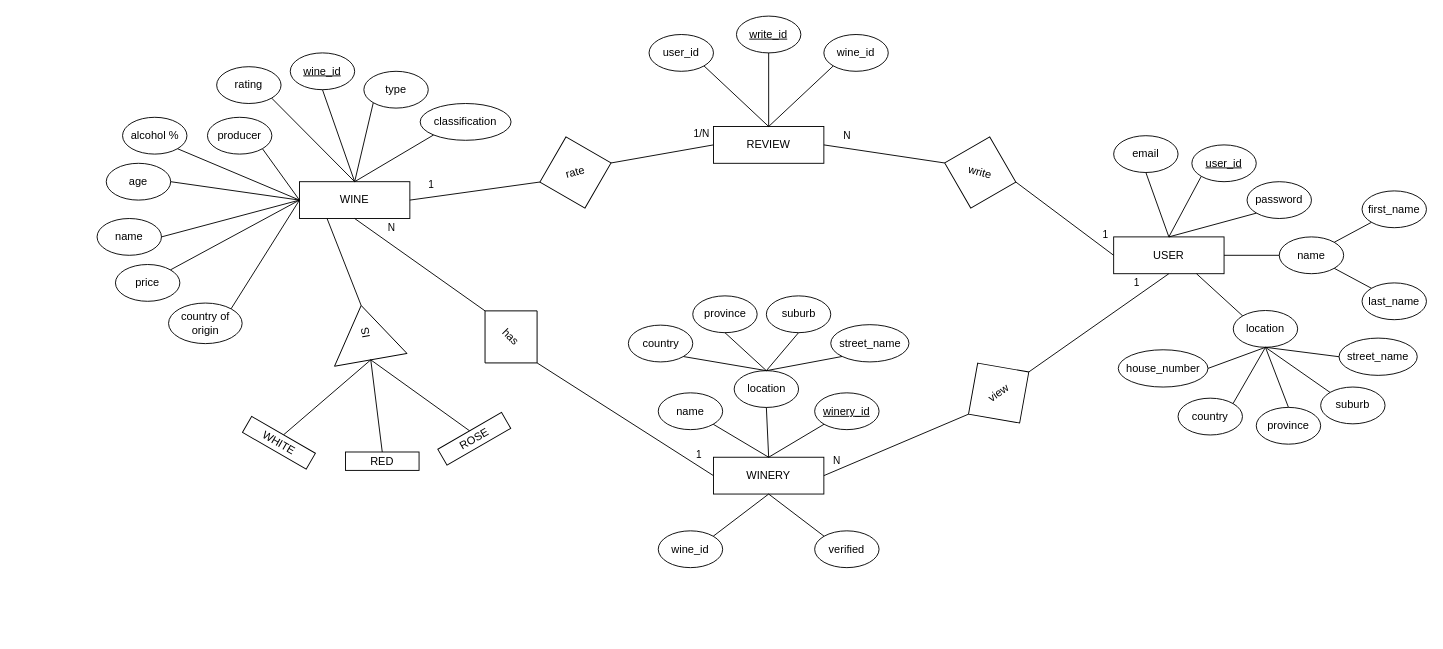
The draw.io diagram documents/Task2(EER).drawio in GeekGurusUnion/221-PA5, before the edit. Source tidied: cells renumbered, new cells numbered last; positions are measured from the earlier drawing's top-left corner, leaving out a move shared by most shapes. Both pictures are drawn from the tidied source at 92%, with x=0, y=0 at pixel (97, 16).
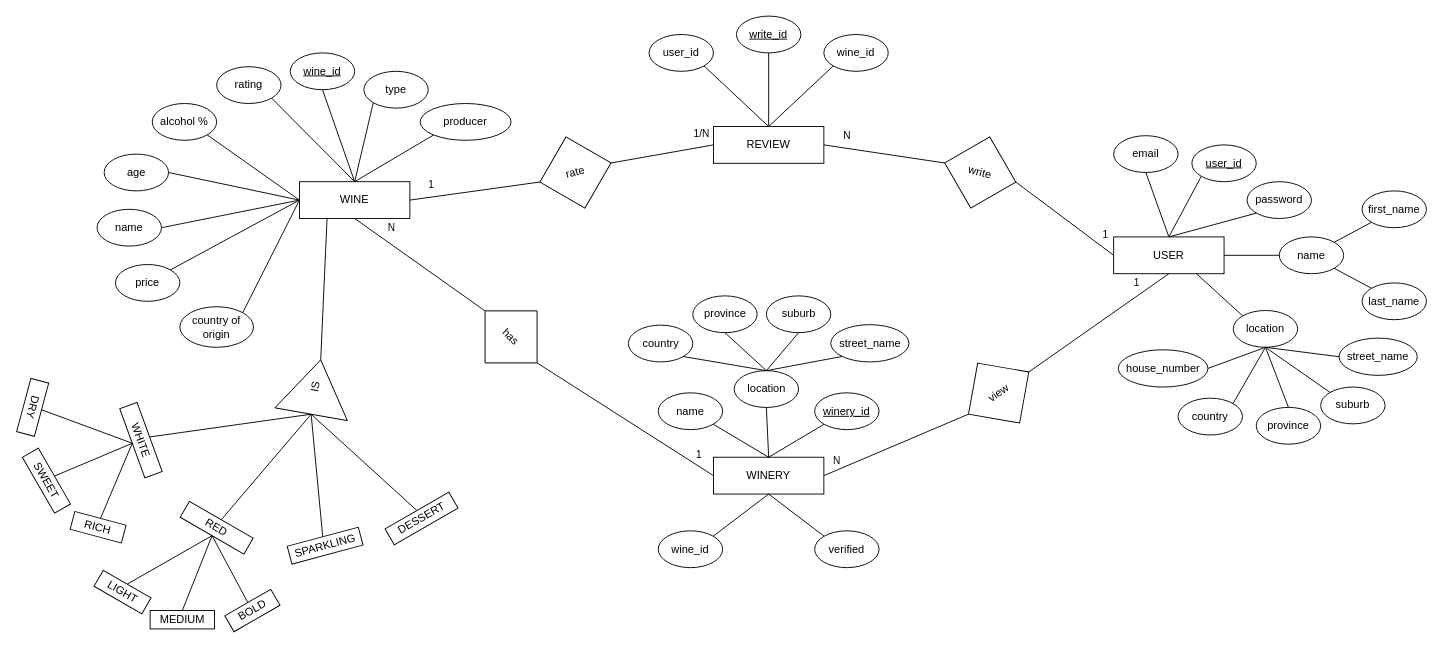
Above is the later version.

Unchanged cells that the change refers to:
```xml
<mxCell id="2" value="WINE" style="rounded=0;whiteSpace=wrap;html=1;" parent="1" vertex="1">
  <mxGeometry x="220" y="180" width="120" height="40" as="geometry" />
</mxCell>
```

Diff of the diagram source:
```diff
@@
     <mxCell id="7" value="name" style="ellipse;whiteSpace=wrap;html=1;" parent="1" vertex="1">
-      <mxGeometry y="220" width="70" height="40" as="geometry" />
+      <mxGeometry y="210" width="70" height="40" as="geometry" />
     </mxCell>
@@
-    <mxCell id="9" value="producer" style="ellipse;whiteSpace=wrap;html=1;" parent="1" vertex="1">
-      <mxGeometry x="120" y="110" width="70" height="40" as="geometry" />
-    </mxCell>
@@
-    <mxCell id="12" style="endArrow=none;html=1;rounded=0;entryX=1;entryY=1;entryDx=0;entryDy=0;exitX=0;exitY=0.5;exitDx=0;exitDy=0;" parent="1" edge="1" source="2" target="9">
-      <mxGeometry relative="1" as="geometry" />
-    </mxCell>
@@
-    <mxCell id="55" value="IS&lt;br&gt;" style="triangle;whiteSpace=wrap;html=1;rotation=-100;" parent="1" vertex="1">
-      <mxGeometry x="262.3" y="304.1" width="60" height="80" as="geometry" />
+    <mxCell id="55" value="IS&lt;br&gt;" style="triangle;whiteSpace=wrap;html=1;rotation=-80;" parent="1" vertex="1">
+      <mxGeometry x="207.9" y="363.2" width="60" height="80" as="geometry" />
     </mxCell>
@@
-    <mxCell id="58" style="endArrow=none;html=1;rounded=0;exitX=0;exitY=0.5;exitDx=0;exitDy=0;entryX=0.5;entryY=0;entryDx=0;entryDy=0;" parent="1" edge="1" source="55" target="61">
+    <mxCell id="58" style="endArrow=none;html=1;rounded=0;entryX=0.5;entryY=0;entryDx=0;entryDy=0;exitX=0;exitY=0.5;exitDx=0;exitDy=0;" parent="1" edge="1" source="55" target="61">
       <mxGeometry relative="1" as="geometry" />
     </mxCell>
@@
-    <mxCell id="60" value="WHITE" style="rounded=0;whiteSpace=wrap;html=1;rotation=30;" parent="1" vertex="1">
-      <mxGeometry x="157.7" y="453.8" width="80" height="20" as="geometry" />
+    <mxCell id="60" value="WHITE" style="rounded=0;whiteSpace=wrap;html=1;rotation=70;" parent="1" vertex="1">
+      <mxGeometry x="7.7" y="450.9" width="80" height="20" as="geometry" />
     </mxCell>
-    <mxCell id="61" value="RED" style="rounded=0;whiteSpace=wrap;html=1;rotation=0;" parent="1" vertex="1">
-      <mxGeometry x="270" y="473.8" width="80" height="20" as="geometry" />
+    <mxCell id="61" value="RED" style="rounded=0;whiteSpace=wrap;html=1;rotation=30;" parent="1" vertex="1">
+      <mxGeometry x="90" y="546.1" width="80" height="20" as="geometry" />
     </mxCell>
-    <mxCell id="62" value="ROSE" style="rounded=0;whiteSpace=wrap;html=1;rotation=-30;" parent="1" vertex="1">
-      <mxGeometry x="370" y="449.5" width="80" height="20" as="geometry" />
+    <mxCell id="62" value="SPARKLING" style="rounded=0;whiteSpace=wrap;html=1;rotation=-15;" parent="1" vertex="1">
+      <mxGeometry x="207.9" y="565.6" width="80" height="20" as="geometry" />
     </mxCell>
@@
     <mxCell id="64" value="age" style="ellipse;whiteSpace=wrap;html=1;" parent="1" vertex="1">
-      <mxGeometry x="10" y="160" width="70" height="40" as="geometry" />
+      <mxGeometry x="7.7" y="150" width="70" height="40" as="geometry" />
     </mxCell>
@@
-    <mxCell id="86" value="classification" style="ellipse;whiteSpace=wrap;html=1;" parent="1" vertex="1">
+    <mxCell id="86" value="producer" style="ellipse;whiteSpace=wrap;html=1;" parent="1" vertex="1">
       <mxGeometry x="351.2" y="95" width="98.8" height="40" as="geometry" />
     </mxCell>
@@
     <mxCell id="88" value="country of origin" style="ellipse;whiteSpace=wrap;html=1;" parent="1" vertex="1">
-      <mxGeometry x="77.7" y="311.9" width="80" height="44.1" as="geometry" />
+      <mxGeometry x="90" y="315.9" width="80" height="44.1" as="geometry" />
     </mxCell>
@@
     <mxCell id="92" value="alcohol %" style="ellipse;whiteSpace=wrap;html=1;" parent="1" vertex="1">
-      <mxGeometry x="27.7" y="110" width="70" height="40" as="geometry" />
+      <mxGeometry x="60" y="95" width="70" height="40" as="geometry" />
     </mxCell>
@@
+    <mxCell id="94" style="endArrow=none;html=1;rounded=0;exitX=0.5;exitY=1;exitDx=0;exitDy=0;entryX=0.5;entryY=0;entryDx=0;entryDy=0;" parent="1" edge="1" source="61" target="97">
+      <mxGeometry relative="1" as="geometry" />
+    </mxCell>
+    <mxCell id="95" style="endArrow=none;html=1;rounded=0;exitX=0.5;exitY=1;exitDx=0;exitDy=0;entryX=0.5;entryY=0;entryDx=0;entryDy=0;" parent="1" edge="1" source="61" target="98">
+      <mxGeometry relative="1" as="geometry" />
+    </mxCell>
+    <mxCell id="96" style="endArrow=none;html=1;rounded=0;exitX=0.5;exitY=1;exitDx=0;exitDy=0;entryX=0.5;entryY=0;entryDx=0;entryDy=0;" parent="1" edge="1" source="61" target="99">
+      <mxGeometry relative="1" as="geometry" />
+    </mxCell>
+    <mxCell id="97" value="LIGHT" style="rounded=0;whiteSpace=wrap;html=1;rotation=30;" parent="1" vertex="1">
+      <mxGeometry x="-2.3" y="616.1" width="60" height="20" as="geometry" />
+    </mxCell>
+    <mxCell id="98" value="MEDIUM" style="rounded=0;whiteSpace=wrap;html=1;rotation=0;" parent="1" vertex="1">
+      <mxGeometry x="57.7" y="646.1" width="70" height="20" as="geometry" />
+    </mxCell>
+    <mxCell id="99" value="BOLD" style="rounded=0;whiteSpace=wrap;html=1;rotation=-30;" parent="1" vertex="1">
+      <mxGeometry x="140" y="636.1" width="57.7" height="20" as="geometry" />
+    </mxCell>
+    <mxCell id="100" value="DRY" style="rounded=0;whiteSpace=wrap;html=1;rotation=105;" parent="1" vertex="1">
+      <mxGeometry x="-100" y="415.3" width="60" height="20" as="geometry" />
+    </mxCell>
+    <mxCell id="101" value="SWEET" style="rounded=0;whiteSpace=wrap;html=1;rotation=60;" parent="1" vertex="1">
+      <mxGeometry x="-90" y="495" width="70" height="20" as="geometry" />
+    </mxCell>
+    <mxCell id="102" value="RICH" style="rounded=0;whiteSpace=wrap;html=1;rotation=15;" parent="1" vertex="1">
+      <mxGeometry x="-27.7" y="545.6" width="57.7" height="20" as="geometry" />
+    </mxCell>
+    <mxCell id="103" style="endArrow=none;html=1;rounded=0;exitX=0.5;exitY=1;exitDx=0;exitDy=0;entryX=0.5;entryY=0;entryDx=0;entryDy=0;" parent="1" edge="1" source="60" target="101">
+      <mxGeometry relative="1" as="geometry" />
+    </mxCell>
+    <mxCell id="104" style="endArrow=none;html=1;rounded=0;exitX=0.5;exitY=1;exitDx=0;exitDy=0;entryX=0.5;entryY=0;entryDx=0;entryDy=0;" parent="1" edge="1" source="60" target="100">
+      <mxGeometry relative="1" as="geometry" />
+    </mxCell>
+    <mxCell id="105" style="endArrow=none;html=1;rounded=0;exitX=0.5;exitY=1;exitDx=0;exitDy=0;entryX=0.5;entryY=0;entryDx=0;entryDy=0;" parent="1" edge="1" source="60" target="102">
+      <mxGeometry relative="1" as="geometry" />
+    </mxCell>
+    <mxCell id="106" style="endArrow=none;html=1;rounded=0;exitX=0;exitY=0.5;exitDx=0;exitDy=0;entryX=0.5;entryY=0;entryDx=0;entryDy=0;" parent="1" edge="1" source="55" target="107">
+      <mxGeometry relative="1" as="geometry" />
+    </mxCell>
+    <mxCell id="107" value="DESSERT" style="rounded=0;whiteSpace=wrap;html=1;rotation=-30;" parent="1" vertex="1">
+      <mxGeometry x="312.7" y="536.1" width="80" height="20" as="geometry" />
+    </mxCell>
```
